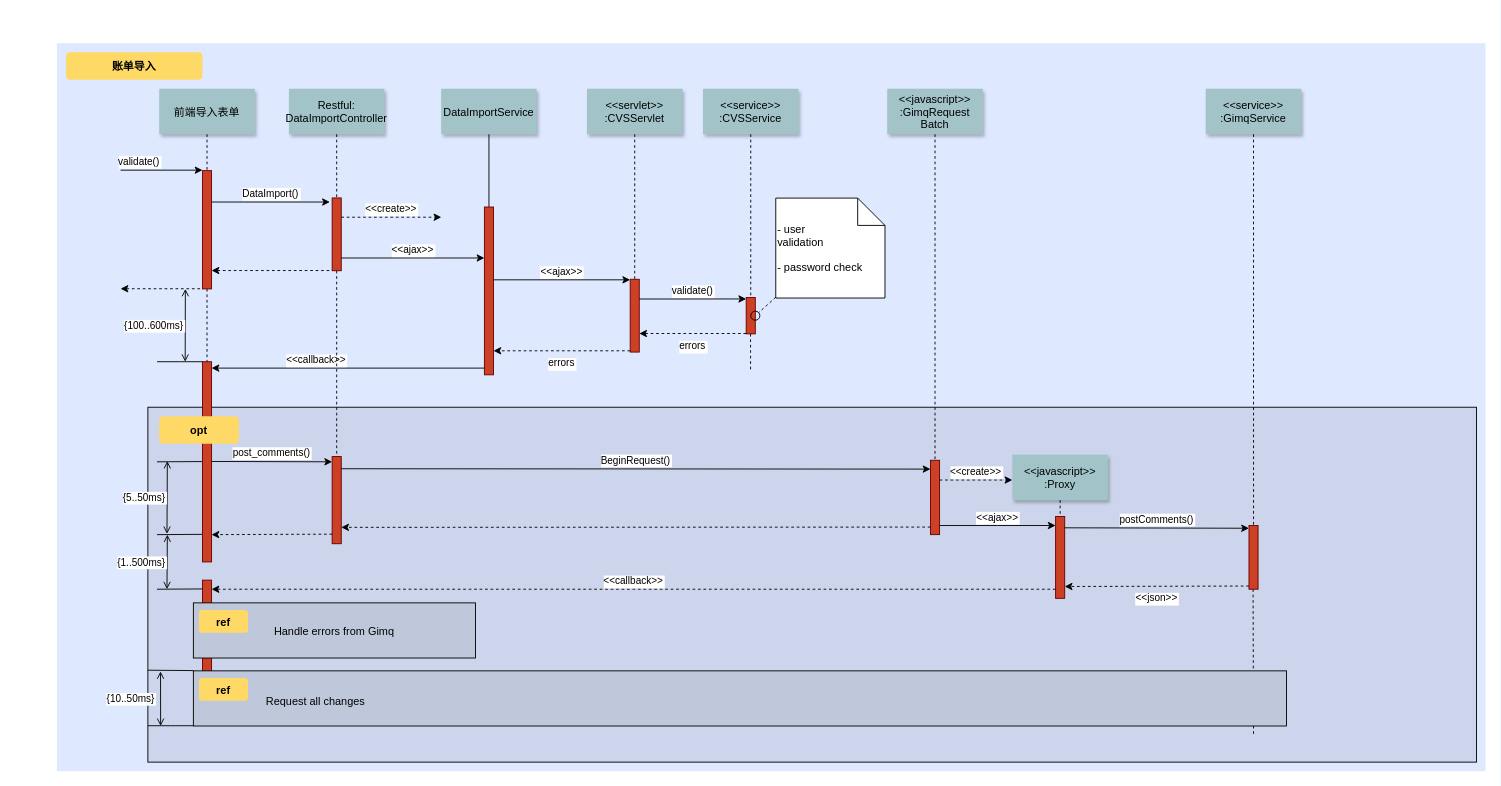
This is 渠道账单导入.drawio from unclequentin/diagrams, a draw.io file, before an edit. Source tidied: cells renumbered, new cells numbered last; positions are measured from the earlier drawing's top-left corner, leaving out a move shared by most shapes. Both pictures are drawn from the tidied source at 91%, with x=0, y=0 at pixel (56, 43).
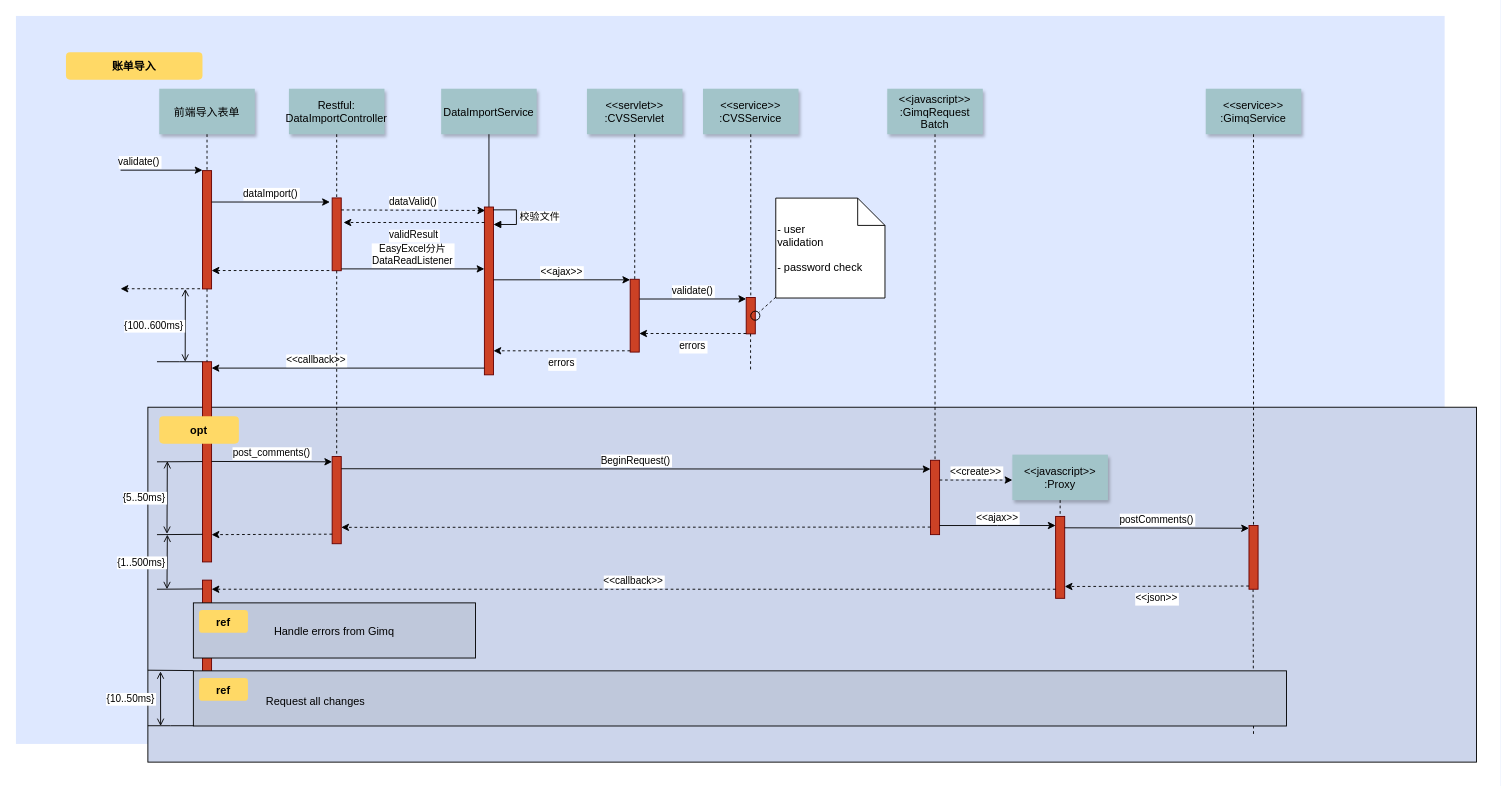
The same diagram, later.

Commit message (it also covers changes not shown here):
更新渠道账单导入.drawio

The change refers to these unchanged cells:
```xml
<mxCell id="17" style="fillColor=#CC4125;strokeColor=#660000;" parent="1" vertex="1">
  <mxGeometry x="469.8" y="180" width="10" height="184.4" as="geometry" />
</mxCell>
```

The edit, as a diff of the source:
```diff
@@
     <mxCell id="2" style="fillColor=#DEE8FF;strokeColor=none;" parent="1" vertex="1">
-      <mxGeometry width="1570" height="800" as="geometry" />
+      <mxGeometry x="-45" y="-30" width="1570" height="800" as="geometry" />
     </mxCell>
@@
-    <mxCell id="11" value="DataImport()" style="edgeStyle=none;verticalLabelPosition=top;verticalAlign=bottom;rounded=0;" parent="1" edge="1">
+    <mxCell id="11" value="dataImport()" style="edgeStyle=none;verticalLabelPosition=top;verticalAlign=bottom;rounded=0;" parent="1" edge="1">
       <mxGeometry x="325" y="187" as="geometry">
         <mxPoint x="170" y="174.5" as="sourcePoint" />
         <mxPoint x="300" y="174.5" as="targetPoint" />
       </mxGeometry>
     </mxCell>
@@
-    <mxCell id="14" value="&lt;&lt;create&gt;&gt;" style="edgeStyle=none;verticalLabelPosition=top;verticalAlign=bottom;dashed=1;rounded=0;" parent="1" edge="1">
-      <mxGeometry x="490.5" y="203.9" as="geometry">
-        <mxPoint x="312.5" y="191.2" as="sourcePoint" />
-        <mxPoint x="422.5" y="191.2" as="targetPoint" />
+    <mxCell id="14" value="dataValid()" style="edgeStyle=none;verticalLabelPosition=top;verticalAlign=bottom;dashed=1;rounded=0;entryX=0.092;entryY=0.064;entryDx=0;entryDy=0;entryPerimeter=0;" parent="1" edge="1">
+      <mxGeometry y="-8" as="geometry">
+        <mxPoint x="312.5" y="183.2" as="sourcePoint" />
+        <mxPoint x="470.7" y="183.8" as="targetPoint" />
       </mxGeometry>
     </mxCell>
@@
-    <mxCell id="18" value="&lt;&lt;ajax&gt;&gt;" style="edgeStyle=elbowEdgeStyle;elbow=vertical;verticalLabelPosition=top;verticalAlign=bottom;rounded=0;" parent="1" edge="1">
-      <mxGeometry x="455" y="401" as="geometry">
-        <mxPoint x="312.5" y="236" as="sourcePoint" />
-        <mxPoint x="469.8" y="236" as="targetPoint" />
+    <mxCell id="18" value="EasyExcel分片&#10;DataReadListener" style="edgeStyle=elbowEdgeStyle;elbow=vertical;verticalLabelPosition=top;verticalAlign=bottom;rounded=0;" parent="1" edge="1">
+      <mxGeometry x="455" y="413" as="geometry">
+        <mxPoint x="312.5" y="248" as="sourcePoint" />
+        <mxPoint x="469.8" y="248" as="targetPoint" />
       </mxGeometry>
     </mxCell>
@@
+    <mxCell id="75" value="validResult" style="edgeStyle=elbowEdgeStyle;elbow=vertical;dashed=1;verticalLabelPosition=bottom;verticalAlign=top;rounded=0;entryX=1.25;entryY=0.375;entryDx=0;entryDy=0;entryPerimeter=0;" parent="1" edge="1">
+      <mxGeometry x="494.8" y="229" as="geometry">
+        <mxPoint x="469.8" y="197" as="sourcePoint" />
+        <mxPoint x="315" y="197" as="targetPoint" />
+        <Array as="points">
+          <mxPoint x="392.8" y="197" />
+        </Array>
+      </mxGeometry>
+    </mxCell>
+    <mxCell id="76" value="校验文件" style="html=1;align=left;spacingLeft=2;endArrow=block;rounded=0;edgeStyle=orthogonalEdgeStyle;curved=0;rounded=0;exitX=0.949;exitY=0.017;exitDx=0;exitDy=0;exitPerimeter=0;" parent="1" edge="1" source="17">
+      <mxGeometry relative="1" as="geometry">
+        <mxPoint x="479.8" y="199.2" as="targetPoint" />
+        <Array as="points">
+          <mxPoint x="505" y="183" />
+          <mxPoint x="505" y="200" />
+          <mxPoint x="480" y="200" />
+        </Array>
+      </mxGeometry>
+    </mxCell>
```
